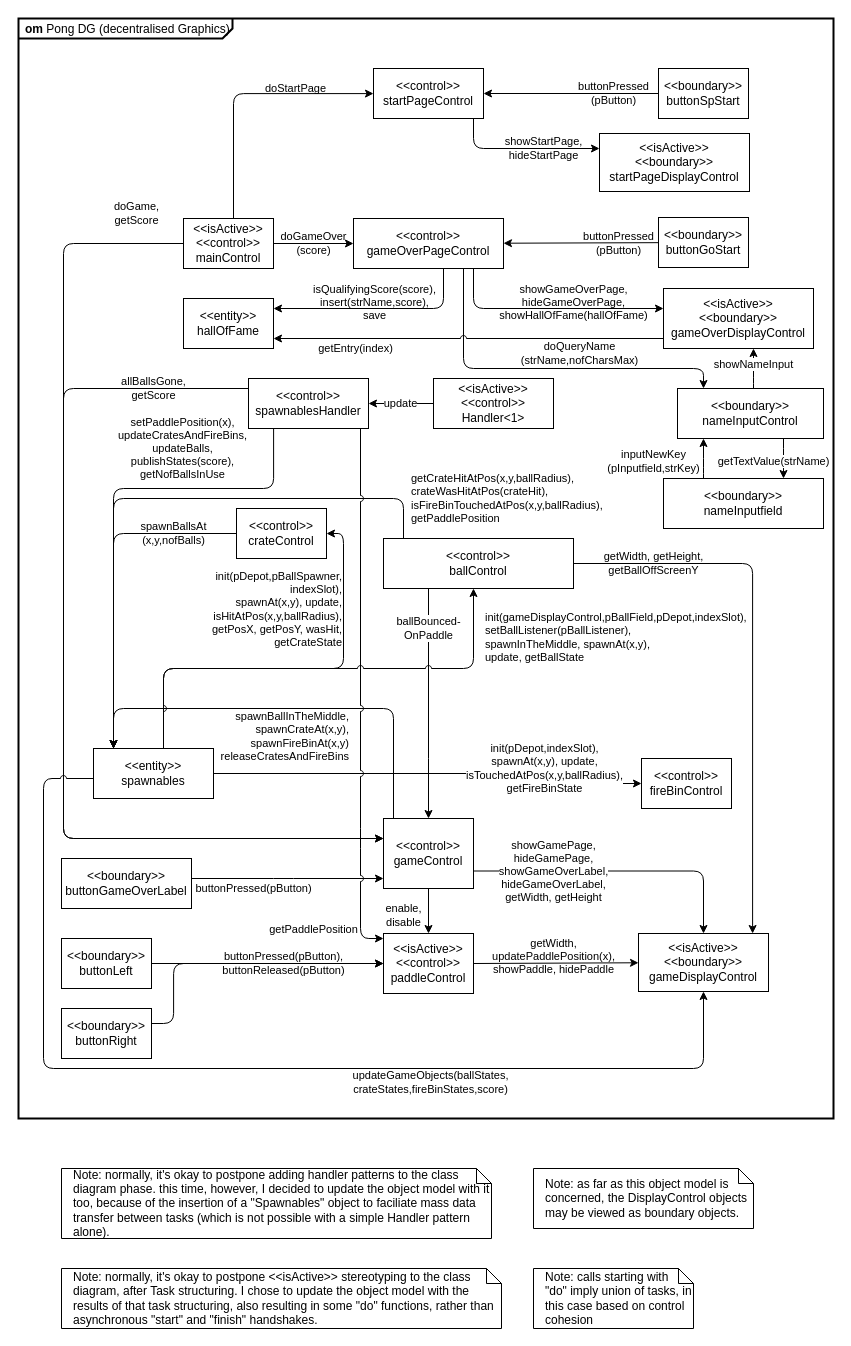
This is page "OM-dg-adv" (5 of 9) of apps/pong_cleangui_dg_adv/models/pong_dg_adv.drawio from nepbuur1/test_lasergame_2_rework_CleanGUI_godmode, a draw.io file, before an edit. Source tidied: cells renumbered, new cells numbered last; positions are measured from the earlier drawing's top-left corner, leaving out a move shared by most shapes. Both pictures are drawn from the tidied source at 100%, with x=0, y=0 at pixel (18, 18).
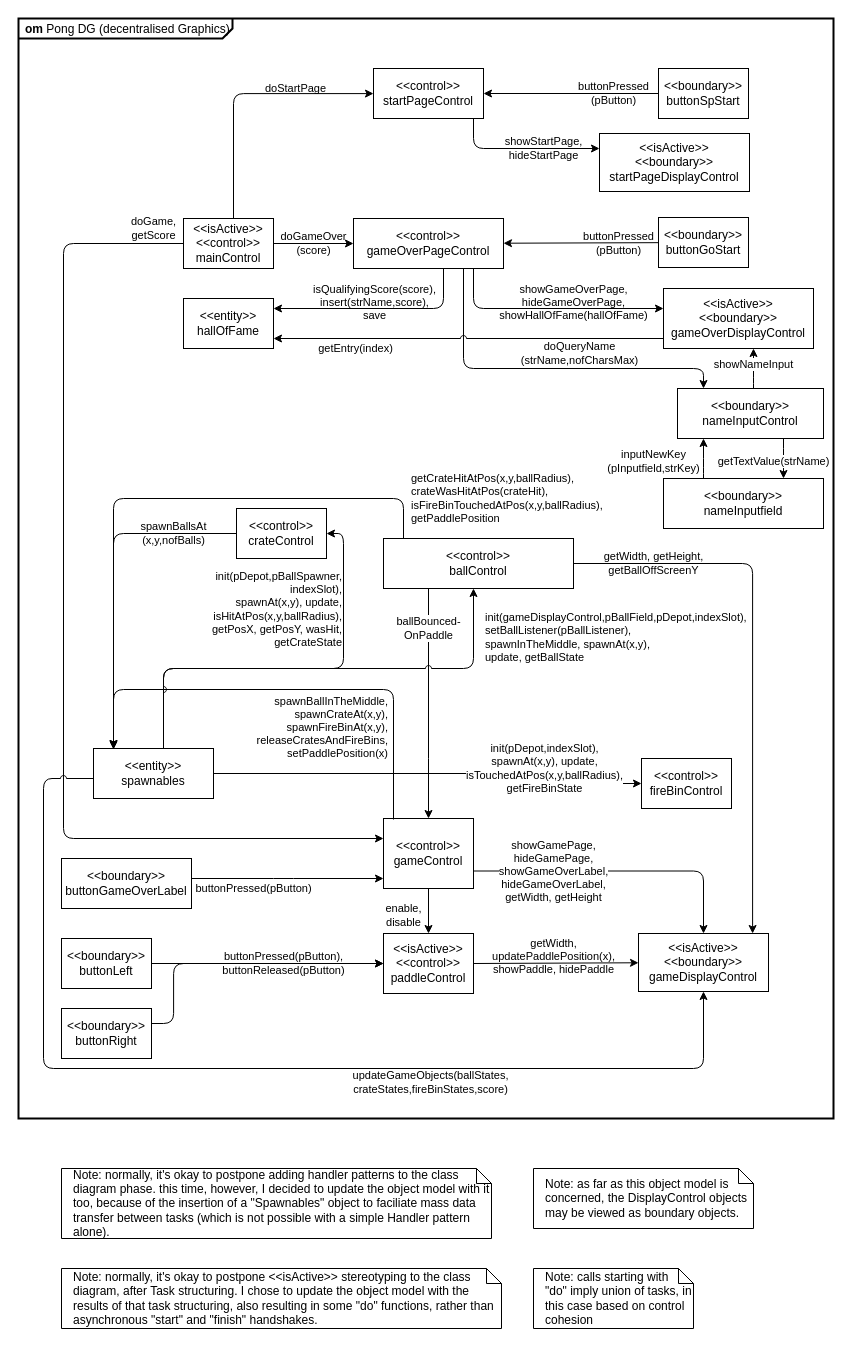
Above is the later version.

The change refers to these unchanged cells:
```xml
<mxCell id="3" value="&amp;lt;&amp;lt;control&amp;gt;&amp;gt;&lt;br&gt;gameControl" style="rounded=0;whiteSpace=wrap;html=1;" parent="1" vertex="1">
  <mxGeometry x="365" y="800" width="90" height="70" as="geometry" />
</mxCell>
<mxCell id="8" value="&amp;lt;&amp;lt;isActive&amp;gt;&amp;gt;&lt;br&gt;&amp;lt;&amp;lt;control&amp;gt;&amp;gt;&lt;br&gt;paddleControl" style="rounded=0;whiteSpace=wrap;html=1;" parent="1" vertex="1">
  <mxGeometry x="365" y="915" width="90" height="60" as="geometry" />
</mxCell>
<mxCell id="9" value="&amp;lt;&amp;lt;isActive&amp;gt;&amp;gt;&lt;br&gt;&amp;lt;&amp;lt;control&amp;gt;&amp;gt;&lt;br&gt;mainControl" style="rounded=0;whiteSpace=wrap;html=1;" parent="1" vertex="1">
  <mxGeometry x="165" y="200" width="90" height="50" as="geometry" />
</mxCell>
<mxCell id="22" value="&amp;lt;&amp;lt;entity&amp;gt;&amp;gt;&lt;br&gt;spawnables" style="rounded=0;whiteSpace=wrap;html=1;" parent="1" vertex="1">
  <mxGeometry x="75" y="730" width="120" height="50" as="geometry" />
</mxCell>
```

What changed in the source:
```diff
@@
-    <mxCell id="23" value="&amp;lt;&amp;lt;control&amp;gt;&amp;gt;&lt;br&gt;spawnablesHandler" style="rounded=0;whiteSpace=wrap;html=1;" parent="1" vertex="1">
-      <mxGeometry x="230" y="360" width="120" height="50" as="geometry" />
-    </mxCell>
-    <mxCell id="24" value="&amp;lt;&amp;lt;isActive&amp;gt;&amp;gt;&lt;br&gt;&amp;lt;&amp;lt;control&amp;gt;&amp;gt;&lt;br&gt;Handler&amp;lt;1&amp;gt;" style="rounded=0;whiteSpace=wrap;html=1;" parent="1" vertex="1">
-      <mxGeometry x="415" y="360" width="120" height="50" as="geometry" />
-    </mxCell>
@@
-    <mxCell id="26" value="spawnBallInTheMiddle,&lt;br&gt;spawnCrateAt(x,y),&lt;br&gt;spawnFireBinAt(x,y)&lt;br&gt;releaseCratesAndFireBins" style="edgeStyle=orthogonalEdgeStyle;rounded=1;jettySize=auto;html=1;curved=0;labelBackgroundColor=none;spacingBottom=-35;align=right;spacingLeft=1;spacingRight=-6;" parent="1" edge="1" source="3" target="22">
-      <mxGeometry x="-0.26" y="10" relative="1" as="geometry">
+    <mxCell id="26" value="spawnBallInTheMiddle,&lt;br&gt;spawnCrateAt(x,y),&lt;br&gt;spawnFireBinAt(x,y),&lt;br&gt;releaseCratesAndFireBins,&lt;br&gt;setPaddlePosition(x)" style="edgeStyle=orthogonalEdgeStyle;rounded=1;orthogonalLoop=1;jettySize=auto;html=1;curved=0;labelBackgroundColor=none;spacingBottom=-35;align=right;spacingLeft=1;spacingRight=-6;" parent="1" edge="1">
+      <mxGeometry x="-0.53" y="10" relative="1" as="geometry">
+        <mxPoint x="375" y="801" as="sourcePoint" />
+        <mxPoint x="95" y="731" as="targetPoint" />
         <Array as="points">
-          <mxPoint x="375" y="690" />
-          <mxPoint x="95" y="690" />
+          <mxPoint x="375" y="671" />
+          <mxPoint x="95" y="671" />
         </Array>
       </mxGeometry>
     </mxCell>
@@
-    <mxCell id="41" value="allBallsGone,&lt;br&gt;getScore" style="edgeStyle=orthogonalEdgeStyle;rounded=1;jettySize=auto;html=1;curved=0;labelBackgroundColor=none;" parent="1" edge="1" source="23" target="3">
-      <mxGeometry x="-0.8" relative="1" as="geometry">
-        <Array as="points">
-          <mxPoint x="45" y="370" />
-          <mxPoint x="45" y="820" />
-        </Array>
-      </mxGeometry>
-    </mxCell>
-    <mxCell id="42" value="update" style="edgeStyle=orthogonalEdgeStyle;rounded=0;jettySize=auto;html=1;" parent="1" edge="1" source="24" target="23">
-      <mxGeometry relative="1" as="geometry" />
-    </mxCell>
-    <mxCell id="43" value="setPaddlePosition(x),&lt;br&gt;updateCratesAndFireBins,&lt;br&gt;updateBalls,&lt;br&gt;publishStates(score),&lt;br&gt;getNofBallsInUse" style="edgeStyle=orthogonalEdgeStyle;rounded=1;jettySize=auto;html=1;curved=0;" parent="1" edge="1" source="23" target="22">
-      <mxGeometry x="-0.37" y="-40" relative="1" as="geometry">
-        <Array as="points">
-          <mxPoint x="255.1" y="470" />
-          <mxPoint x="95" y="470" />
-        </Array>
-      </mxGeometry>
-    </mxCell>
@@
     <mxCell id="45" value="doGame,&lt;br&gt;getScore" style="rounded=1;jettySize=auto;html=1;edgeStyle=orthogonalEdgeStyle;curved=0;labelBackgroundColor=none;jumpStyle=arc;" parent="1" edge="1" source="9" target="3">
-      <mxGeometry x="-0.91" y="-30" relative="1" as="geometry">
+      <mxGeometry x="-0.94" y="-15" relative="1" as="geometry">
         <Array as="points">
           <mxPoint x="45" y="225" />
           <mxPoint x="45" y="820" />
         </Array>
+        <mxPoint x="1" as="offset" />
       </mxGeometry>
     </mxCell>
@@
-    <mxCell id="50" value="getPaddlePosition" style="edgeStyle=orthogonalEdgeStyle;rounded=1;jettySize=auto;html=1;curved=0;jumpStyle=arc;labelBackgroundColor=default;" parent="1" edge="1" source="23" target="8">
-      <mxGeometry x="0.88" y="-47" relative="1" as="geometry">
-        <Array as="points">
-          <mxPoint x="342" y="920" />
-        </Array>
-      </mxGeometry>
-    </mxCell>
```
